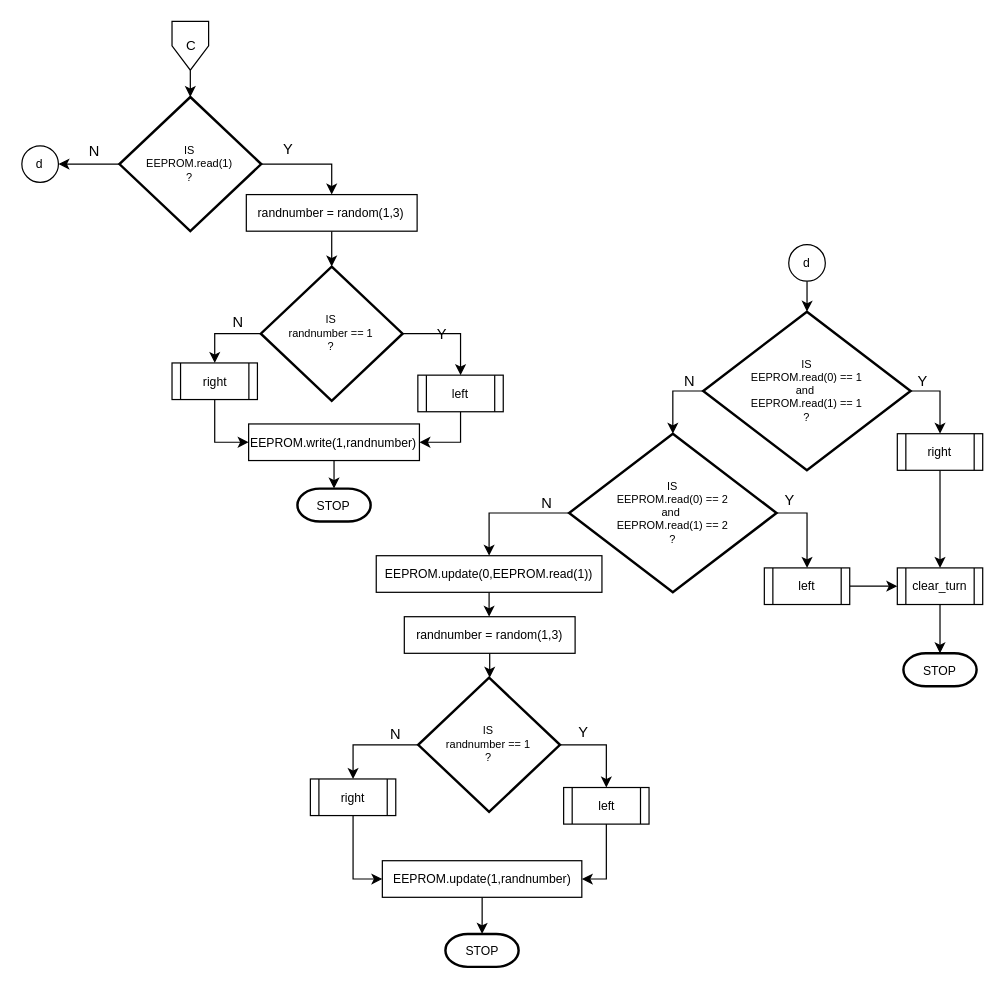
Above: page "Page-6" (6 of 6) of water_level/Untitled Diagram.drawio in joashcabanilla/RoZer (draw.io), before the change. Source tidied: cells renumbered, new cells numbered last; positions are measured from the earlier drawing's top-left corner, leaving out a move shared by most shapes. Both pictures are drawn from the tidied source at 122%, with x=0, y=0 at pixel (21, 21).
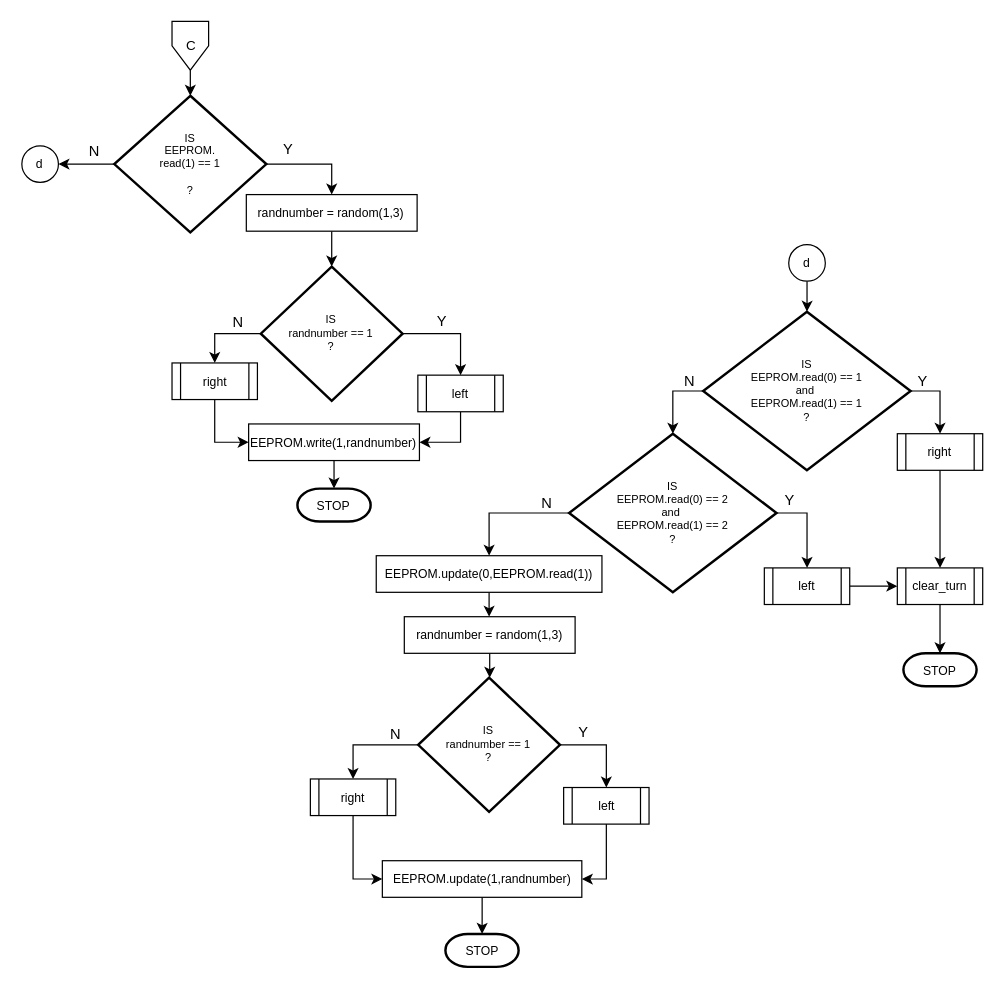
After the change.

What changed in the source:
```diff
@@
-    <mxCell id="5" value="IS&lt;br&gt;EEPROM.read(1)&lt;br&gt;?" style="strokeWidth=2;html=1;shape=mxgraph.flowchart.decision;whiteSpace=wrap;labelBackgroundColor=#FFFFFF;fontSize=9;" parent="1" vertex="1">
-      <mxGeometry x="80.4" y="62" width="116.2" height="110" as="geometry" />
+    <mxCell id="5" value="IS&lt;br&gt;EEPROM.&lt;br&gt;read(1) == 1&lt;br&gt;&lt;br&gt;?" style="strokeWidth=2;html=1;shape=mxgraph.flowchart.decision;whiteSpace=wrap;labelBackgroundColor=#FFFFFF;fontSize=9;" parent="1" vertex="1">
+      <mxGeometry x="76.2" y="61" width="124.6" height="112" as="geometry" />
     </mxCell>
@@
     <mxCell id="21" value="Y" style="text;html=1;strokeColor=none;fillColor=none;align=center;verticalAlign=middle;whiteSpace=wrap;rounded=0;" parent="1" vertex="1">
-      <mxGeometry x="315" y="242" width="60" height="30" as="geometry" />
+      <mxGeometry x="315" y="231" width="60" height="30" as="geometry" />
     </mxCell>
```
